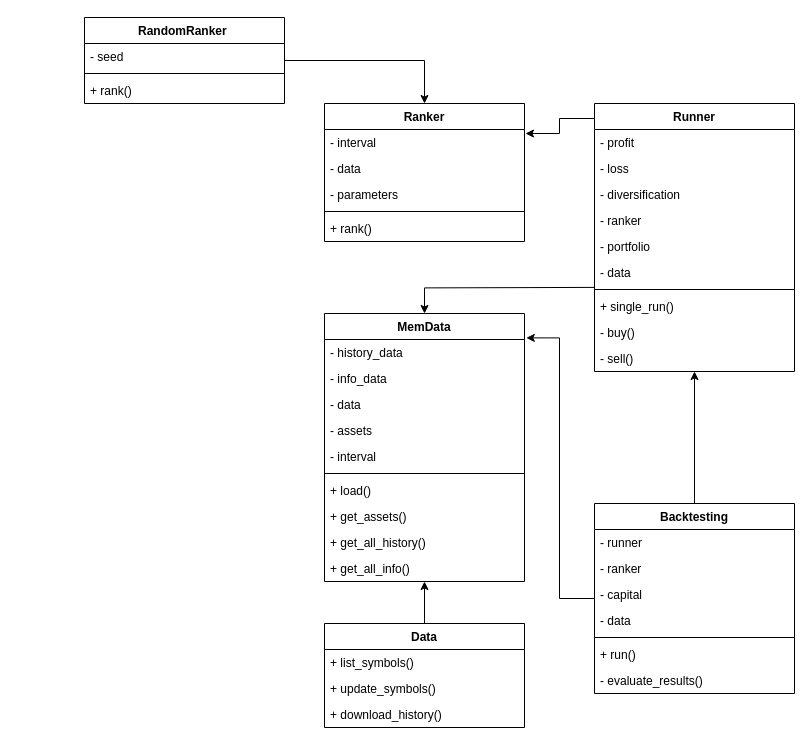
PortBackRank/PortBackRank keeps this draw.io diagram as diagrama.drawio. Above is the earlier version. Source tidied: cells renumbered, new cells numbered last; positions are measured from the earlier drawing's top-left corner, leaving out a move shared by most shapes. Both pictures are drawn from the tidied source at 100%, with x=0, y=0 at pixel (84, 17).
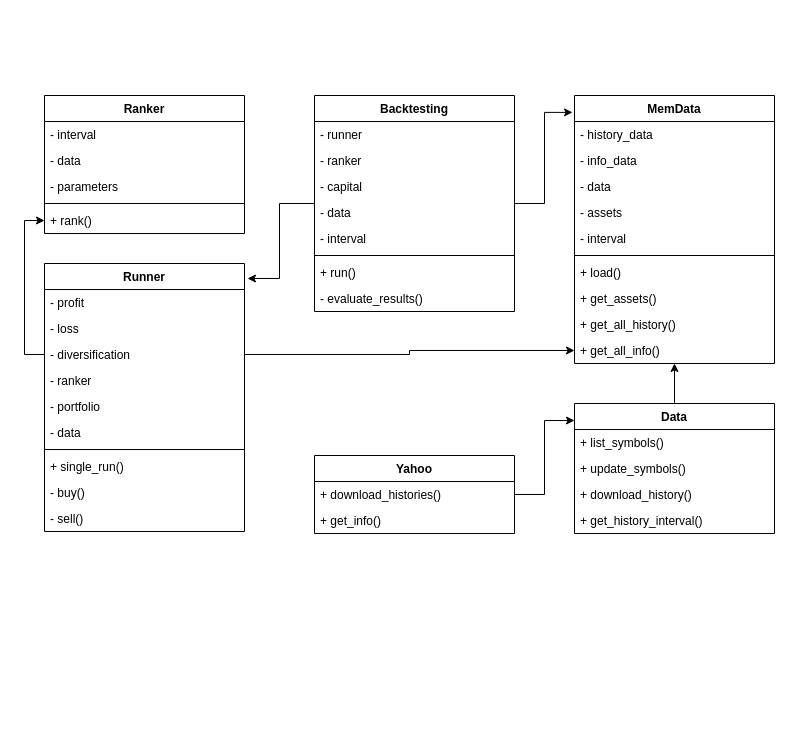
The same diagram, later.

Unchanged cells that the change refers to:
```xml
<mxCell id="8" value="- interval" style="text;strokeColor=none;fillColor=none;align=left;verticalAlign=top;spacingLeft=4;spacingRight=4;overflow=hidden;points=[[0,0.5],[1,0.5]];portConstraint=eastwest;whiteSpace=wrap;html=1;" parent="7" vertex="1">
  <mxGeometry y="26" width="200" height="26" as="geometry" />
</mxCell>
<mxCell id="12" value="+ rank()" style="text;strokeColor=none;fillColor=none;align=left;verticalAlign=top;spacingLeft=4;spacingRight=4;overflow=hidden;points=[[0,0.5],[1,0.5]];portConstraint=eastwest;whiteSpace=wrap;html=1;" parent="7" vertex="1">
  <mxGeometry y="112" width="200" height="26" as="geometry" />
</mxCell>
<mxCell id="17" value="-&amp;nbsp;diversification" style="text;strokeColor=none;fillColor=none;align=left;verticalAlign=top;spacingLeft=4;spacingRight=4;overflow=hidden;points=[[0,0.5],[1,0.5]];portConstraint=eastwest;whiteSpace=wrap;html=1;" parent="14" vertex="1">
  <mxGeometry y="78" width="200" height="26" as="geometry" />
</mxCell>
<mxCell id="50" value="+&amp;nbsp;get_all_info()" style="text;strokeColor=none;fillColor=none;align=left;verticalAlign=top;spacingLeft=4;spacingRight=4;overflow=hidden;points=[[0,0.5],[1,0.5]];portConstraint=eastwest;whiteSpace=wrap;html=1;" parent="40" vertex="1">
  <mxGeometry y="242" width="200" height="26" as="geometry" />
</mxCell>
```

Change to the diagram source:
```diff
@@
     <mxCell id="3" value="Data" style="swimlane;fontStyle=1;align=center;verticalAlign=top;horizontal=1;startSize=26;whiteSpace=wrap;html=1;" parent="1" vertex="1">
-      <mxGeometry x="240" y="606" width="200" height="104" as="geometry" />
+      <mxGeometry x="490" y="386" width="200" height="130" as="geometry" />
     </mxCell>
@@
+    <mxCell id="52" value="&lt;div&gt;+&amp;nbsp;get_history_interval()&lt;/div&gt;" style="text;strokeColor=none;fillColor=none;align=left;verticalAlign=top;spacingLeft=4;spacingRight=4;overflow=hidden;whiteSpace=wrap;html=1;" parent="3" vertex="1">
+      <mxGeometry y="104" width="200" height="26" as="geometry" />
+    </mxCell>
     <mxCell id="7" value="Ranker" style="swimlane;fontStyle=1;align=center;verticalAlign=top;horizontal=1;startSize=26;whiteSpace=wrap;html=1;" parent="1" vertex="1">
-      <mxGeometry x="240" y="86" width="200" height="138" as="geometry" />
+      <mxGeometry x="-40" y="78" width="200" height="138" as="geometry" />
     </mxCell>
@@
-    <mxCell id="13" style="edgeStyle=orthogonalEdgeStyle;rounded=0;jettySize=auto;html=1;entryX=0.5;entryY=0;entryDx=0;entryDy=0;" parent="1" edge="1" target="40">
-      <mxGeometry relative="1" as="geometry">
-        <mxPoint x="510" y="269.9" as="sourcePoint" />
-      </mxGeometry>
-    </mxCell>
     <mxCell id="14" value="Runner" style="swimlane;fontStyle=1;align=center;verticalAlign=top;horizontal=1;startSize=26;whiteSpace=wrap;html=1;" parent="1" vertex="1">
-      <mxGeometry x="510" y="86" width="200" height="268" as="geometry" />
+      <mxGeometry x="-40" y="246" width="200" height="268" as="geometry" />
     </mxCell>
@@
-    <mxCell id="25" style="edgeStyle=orthogonalEdgeStyle;rounded=0;jettySize=auto;html=1;entryX=0.5;entryY=1;entryDx=0;entryDy=0;" parent="1" edge="1" source="26" target="14">
+    <mxCell id="25" style="edgeStyle=orthogonalEdgeStyle;rounded=0;jettySize=auto;html=1;entryX=1.015;entryY=0.056;entryDx=0;entryDy=0;entryPerimeter=0;" parent="1" edge="1" source="26" target="14">
       <mxGeometry relative="1" as="geometry" />
     </mxCell>
     <mxCell id="26" value="Backtesting" style="swimlane;fontStyle=1;align=center;verticalAlign=top;horizontal=1;startSize=26;whiteSpace=wrap;html=1;" parent="1" vertex="1">
-      <mxGeometry x="510" y="486" width="200" height="190" as="geometry" />
+      <mxGeometry x="230" y="78" width="200" height="216" as="geometry" />
     </mxCell>
@@
+    <mxCell id="53" value="-&amp;nbsp;interval" style="text;strokeColor=none;fillColor=none;align=left;verticalAlign=top;spacingLeft=4;spacingRight=4;overflow=hidden;whiteSpace=wrap;html=1;" parent="26" vertex="1">
+      <mxGeometry y="130" width="200" height="26" as="geometry" />
+    </mxCell>
     <mxCell id="31" style="line;strokeWidth=1;fillColor=none;align=left;verticalAlign=middle;spacingTop=-1;spacingLeft=3;spacingRight=3;labelPosition=right;strokeColor=inherit;" parent="26" vertex="1">
-      <mxGeometry y="130" width="200" height="8" as="geometry" />
+      <mxGeometry y="156" width="200" height="8" as="geometry" />
     </mxCell>
     <mxCell id="32" value="+ run()" style="text;strokeColor=none;fillColor=none;align=left;verticalAlign=top;spacingLeft=4;spacingRight=4;overflow=hidden;whiteSpace=wrap;html=1;" parent="26" vertex="1">
-      <mxGeometry y="138" width="200" height="26" as="geometry" />
+      <mxGeometry y="164" width="200" height="26" as="geometry" />
     </mxCell>
     <mxCell id="33" value="&lt;div&gt;- evaluate_results()&lt;/div&gt;" style="text;strokeColor=none;fillColor=none;align=left;verticalAlign=top;spacingLeft=4;spacingRight=4;overflow=hidden;whiteSpace=wrap;html=1;" parent="26" vertex="1">
-      <mxGeometry y="164" width="200" height="26" as="geometry" />
+      <mxGeometry y="190" width="200" height="26" as="geometry" />
     </mxCell>
-    <mxCell id="34" style="edgeStyle=orthogonalEdgeStyle;rounded=0;jettySize=auto;html=1;entryX=0.5;entryY=0;entryDx=0;entryDy=0;" parent="1" edge="1" source="35" target="7">
-      <mxGeometry relative="1" as="geometry" />
-    </mxCell>
-    <mxCell id="35" value="RandomRanker&amp;nbsp;" style="swimlane;fontStyle=1;align=center;verticalAlign=top;horizontal=1;startSize=26;whiteSpace=wrap;html=1;" parent="1" vertex="1">
-      <mxGeometry width="200" height="86" as="geometry" />
-    </mxCell>
-    <mxCell id="36" value="- seed" style="text;strokeColor=none;fillColor=none;align=left;verticalAlign=top;spacingLeft=4;spacingRight=4;overflow=hidden;whiteSpace=wrap;html=1;" parent="35" vertex="1">
-      <mxGeometry y="26" width="200" height="26" as="geometry" />
-    </mxCell>
-    <mxCell id="37" style="line;strokeWidth=1;fillColor=none;align=left;verticalAlign=middle;spacingTop=-1;spacingLeft=3;spacingRight=3;labelPosition=right;strokeColor=inherit;" parent="35" vertex="1">
-      <mxGeometry y="52" width="200" height="8" as="geometry" />
-    </mxCell>
-    <mxCell id="38" value="+ rank()" style="text;strokeColor=none;fillColor=none;align=left;verticalAlign=top;spacingLeft=4;spacingRight=4;overflow=hidden;whiteSpace=wrap;html=1;" parent="35" vertex="1">
-      <mxGeometry y="60" width="200" height="26" as="geometry" />
-    </mxCell>
-    <mxCell id="39" style="edgeStyle=orthogonalEdgeStyle;rounded=0;jettySize=auto;html=1;entryX=1.005;entryY=0.154;entryDx=0;entryDy=0;entryPerimeter=0;exitX=0;exitY=0.056;exitDx=0;exitDy=0;exitPerimeter=0;" parent="1" edge="1" source="14" target="8">
-      <mxGeometry relative="1" as="geometry" />
-    </mxCell>
     <mxCell id="40" value="MemData" style="swimlane;fontStyle=1;align=center;verticalAlign=top;horizontal=1;startSize=26;whiteSpace=wrap;html=1;" parent="1" vertex="1">
-      <mxGeometry x="240" y="296" width="200" height="268" as="geometry" />
+      <mxGeometry x="490" y="78" width="200" height="268" as="geometry" />
     </mxCell>
@@
+    <mxCell id="54" value="Yahoo" style="swimlane;fontStyle=1;align=center;verticalAlign=top;horizontal=1;startSize=26;whiteSpace=wrap;html=1;" parent="1" vertex="1">
+      <mxGeometry x="230" y="438" width="200" height="78" as="geometry" />
+    </mxCell>
+    <mxCell id="55" value="&lt;div&gt;+ download_histories()&lt;/div&gt;" style="text;strokeColor=none;fillColor=none;align=left;verticalAlign=top;spacingLeft=4;spacingRight=4;overflow=hidden;points=[[0,0.5],[1,0.5]];portConstraint=eastwest;whiteSpace=wrap;html=1;" parent="54" vertex="1">
+      <mxGeometry y="26" width="200" height="26" as="geometry" />
+    </mxCell>
+    <mxCell id="56" value="+&amp;nbsp;get_info()" style="text;strokeColor=none;fillColor=none;align=left;verticalAlign=top;spacingLeft=4;spacingRight=4;overflow=hidden;whiteSpace=wrap;html=1;" parent="54" vertex="1">
+      <mxGeometry y="52" width="200" height="26" as="geometry" />
+    </mxCell>
-    <mxCell id="51" style="edgeStyle=orthogonalEdgeStyle;rounded=0;jettySize=auto;html=1;entryX=1.009;entryY=0.091;entryDx=0;entryDy=0;entryPerimeter=0;" parent="1" edge="1" source="26" target="40">
+    <mxCell id="51" style="edgeStyle=orthogonalEdgeStyle;rounded=0;jettySize=auto;html=1;entryX=-0.01;entryY=0.063;entryDx=0;entryDy=0;entryPerimeter=0;" parent="1" edge="1" source="26" target="40">
       <mxGeometry relative="1" as="geometry" />
     </mxCell>
+    <mxCell id="57" style="edgeStyle=orthogonalEdgeStyle;rounded=0;jettySize=auto;html=1;entryX=0;entryY=0.131;entryDx=0;entryDy=0;entryPerimeter=0;" parent="1" edge="1" source="55" target="3">
+      <mxGeometry relative="1" as="geometry" />
+    </mxCell>
+    <mxCell id="58" style="edgeStyle=orthogonalEdgeStyle;rounded=0;jettySize=auto;html=1;entryX=0;entryY=0.5;entryDx=0;entryDy=0;" parent="1" edge="1" source="17" target="12">
+      <mxGeometry relative="1" as="geometry" />
+    </mxCell>
+    <mxCell id="59" style="edgeStyle=orthogonalEdgeStyle;rounded=0;jettySize=auto;html=1;entryX=0;entryY=0.5;entryDx=0;entryDy=0;" parent="1" edge="1" source="17" target="50">
+      <mxGeometry relative="1" as="geometry" />
+    </mxCell>
```
